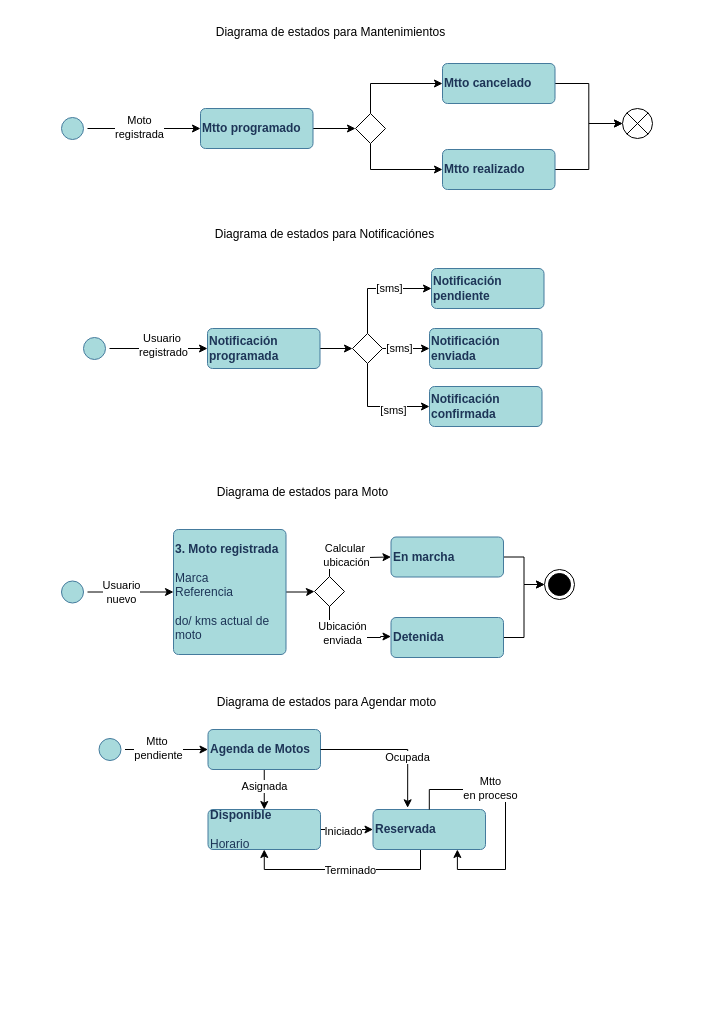
Earlier version of the draw.io diagram Diagrama de estados.drawio (david-med/archivos). Source tidied: cells renumbered, new cells numbered last; positions are measured from the earlier drawing's top-left corner, leaving out a move shared by most shapes. Both pictures are drawn from the tidied source at 100%, with x=0, y=0 at pixel (57, 17).
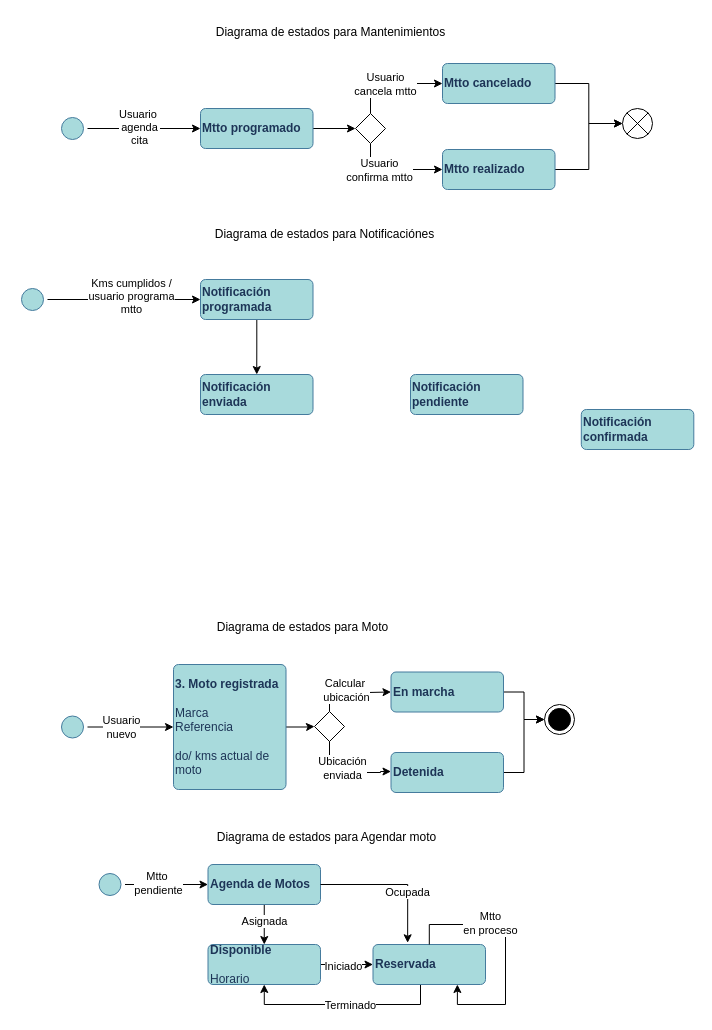
Above is the later version.

Unchanged cells that the change refers to:
```xml
<mxCell id="2" style="edgeStyle=orthogonalEdgeStyle;rounded=0;jettySize=auto;html=1;entryX=0;entryY=0.5;entryDx=0;entryDy=0;" parent="1" edge="1" source="4" target="12">
  <mxGeometry relative="1" as="geometry" />
</mxCell>
<mxCell id="32" style="edgeStyle=orthogonalEdgeStyle;rounded=0;jettySize=auto;html=1;entryX=0;entryY=0.5;entryDx=0;entryDy=0;" parent="1" edge="1" source="34" target="10">
  <mxGeometry relative="1" as="geometry">
    <Array as="points">
      <mxPoint x="313" y="66" />
    </Array>
  </mxGeometry>
</mxCell>
<mxCell id="33" style="edgeStyle=orthogonalEdgeStyle;rounded=0;jettySize=auto;html=1;entryX=0;entryY=0.5;entryDx=0;entryDy=0;" parent="1" edge="1" source="34" target="8">
  <mxGeometry relative="1" as="geometry">
    <Array as="points">
      <mxPoint x="313" y="152" />
    </Array>
  </mxGeometry>
</mxCell>
<mxCell id="36" style="edgeStyle=orthogonalEdgeStyle;rounded=0;jettySize=auto;html=1;entryX=0;entryY=0.5;entryDx=0;entryDy=0;" parent="1" edge="1" source="38" target="14">
  <mxGeometry relative="1" as="geometry" />
</mxCell>
```

The edit, as a diff of the source:
```diff
@@
-    <mxCell id="3" value="Moto&lt;br&gt;registrada" style="edgeLabel;html=1;align=center;verticalAlign=middle;" parent="2" vertex="1">
+    <mxCell id="3" value="Usuario&amp;nbsp;&lt;br&gt;agenda&lt;br&gt;cita" style="edgeLabel;html=1;align=center;verticalAlign=middle;" parent="2" vertex="1">
       <mxGeometry x="-0.09" y="2" relative="1" as="geometry" />
     </mxCell>
@@
     <mxCell id="6" value="&lt;b&gt;3. Moto registrada&lt;br&gt;&lt;/b&gt;&lt;br&gt;Marca&lt;br&gt;Referencia&lt;br&gt;&lt;br&gt;do/ kms actual de moto" style="html=1;align=left;verticalAlign=middle;rounded=1;absoluteArcSize=1;arcSize=10;dashed=0;whiteSpace=wrap;labelBackgroundColor=none;fillColor=#A8DADC;strokeColor=#457B9D;fontColor=#1D3557;" parent="1" vertex="1">
-      <mxGeometry x="116" y="512" width="112.5" height="125" as="geometry" />
+      <mxGeometry x="116" y="647" width="112.5" height="125" as="geometry" />
     </mxCell>
@@
-    <mxCell id="13" style="edgeStyle=orthogonalEdgeStyle;rounded=0;jettySize=auto;html=1;entryX=0;entryY=0.5;entryDx=0;entryDy=0;" parent="1" edge="1" source="14" target="45">
-      <mxGeometry relative="1" as="geometry" />
-    </mxCell>
+    <mxCell id="65" style="edgeStyle=orthogonalEdgeStyle;rounded=0;jettySize=auto;html=1;entryX=0.5;entryY=0;entryDx=0;entryDy=0;" parent="1" edge="1" source="14" target="16">
+      <mxGeometry relative="1" as="geometry" />
+    </mxCell>
     <mxCell id="14" value="&lt;b&gt;Notificación programada&lt;br&gt;&lt;/b&gt;" style="html=1;align=left;verticalAlign=middle;rounded=1;absoluteArcSize=1;arcSize=10;dashed=0;whiteSpace=wrap;labelBackgroundColor=none;fillColor=#A8DADC;strokeColor=#457B9D;fontColor=#1D3557;" parent="1" vertex="1">
-      <mxGeometry x="150" y="311" width="112.5" height="40" as="geometry" />
+      <mxGeometry x="143" y="262" width="112.5" height="40" as="geometry" />
     </mxCell>
     <mxCell id="15" value="&lt;b&gt;Notificación pendiente&lt;br&gt;&lt;/b&gt;" style="html=1;align=left;verticalAlign=middle;rounded=1;absoluteArcSize=1;arcSize=10;dashed=0;whiteSpace=wrap;labelBackgroundColor=none;fillColor=#A8DADC;strokeColor=#457B9D;fontColor=#1D3557;" parent="1" vertex="1">
-      <mxGeometry x="374" y="251" width="112.5" height="40" as="geometry" />
+      <mxGeometry x="353" y="357" width="112.5" height="40" as="geometry" />
     </mxCell>
     <mxCell id="16" value="&lt;b&gt;Notificación enviada&lt;br&gt;&lt;/b&gt;" style="html=1;align=left;verticalAlign=middle;rounded=1;absoluteArcSize=1;arcSize=10;dashed=0;whiteSpace=wrap;labelBackgroundColor=none;fillColor=#A8DADC;strokeColor=#457B9D;fontColor=#1D3557;" parent="1" vertex="1">
-      <mxGeometry x="372" y="311" width="112.5" height="40" as="geometry" />
+      <mxGeometry x="143" y="357" width="112.5" height="40" as="geometry" />
     </mxCell>
     <mxCell id="17" value="&lt;b&gt;Notificación confirmada&lt;br&gt;&lt;/b&gt;" style="html=1;align=left;verticalAlign=middle;rounded=1;absoluteArcSize=1;arcSize=10;dashed=0;whiteSpace=wrap;labelBackgroundColor=none;fillColor=#A8DADC;strokeColor=#457B9D;fontColor=#1D3557;" parent="1" vertex="1">
-      <mxGeometry x="372" y="369" width="112.5" height="40" as="geometry" />
+      <mxGeometry x="523.8" y="392" width="112.5" height="40" as="geometry" />
     </mxCell>
@@
     <mxCell id="20" value="&lt;b&gt;Agenda de Motos&lt;br&gt;&lt;/b&gt;" style="html=1;align=left;verticalAlign=middle;rounded=1;absoluteArcSize=1;arcSize=10;dashed=0;whiteSpace=wrap;labelBackgroundColor=none;fillColor=#A8DADC;strokeColor=#457B9D;fontColor=#1D3557;" parent="1" vertex="1">
-      <mxGeometry x="150.5" y="712" width="112.5" height="40" as="geometry" />
+      <mxGeometry x="150.5" y="847" width="112.5" height="40" as="geometry" />
     </mxCell>
     <mxCell id="21" style="edgeStyle=orthogonalEdgeStyle;rounded=0;jettySize=auto;html=1;entryX=0.5;entryY=1;entryDx=0;entryDy=0;" parent="1" edge="1" source="23" target="26">
       <mxGeometry relative="1" as="geometry">
         <Array as="points">
-          <mxPoint x="363" y="852" />
-          <mxPoint x="207" y="852" />
+          <mxPoint x="363" y="987" />
+          <mxPoint x="207" y="987" />
         </Array>
       </mxGeometry>
     </mxCell>
@@
     <mxCell id="23" value="&lt;b&gt;Reservada&lt;span style=&quot;white-space: pre;&quot;&gt;&#9;&lt;/span&gt;&lt;br&gt;&lt;/b&gt;" style="html=1;align=left;verticalAlign=middle;rounded=1;absoluteArcSize=1;arcSize=10;dashed=0;whiteSpace=wrap;labelBackgroundColor=none;fillColor=#A8DADC;strokeColor=#457B9D;fontColor=#1D3557;" parent="1" vertex="1">
-      <mxGeometry x="315.5" y="792" width="112.5" height="40" as="geometry" />
+      <mxGeometry x="315.5" y="927" width="112.5" height="40" as="geometry" />
     </mxCell>
@@
     <mxCell id="26" value="&lt;b&gt;Disponible&lt;/b&gt;&lt;br&gt;&lt;br&gt;Horario" style="html=1;align=left;verticalAlign=middle;rounded=1;absoluteArcSize=1;arcSize=10;dashed=0;whiteSpace=wrap;labelBackgroundColor=none;fillColor=#A8DADC;strokeColor=#457B9D;fontColor=#1D3557;" parent="1" vertex="1">
-      <mxGeometry x="150.5" y="792" width="112.5" height="40" as="geometry" />
+      <mxGeometry x="150.5" y="927" width="112.5" height="40" as="geometry" />
     </mxCell>
@@
     <mxCell id="28" value="&lt;b&gt;En marcha&lt;br&gt;&lt;/b&gt;" style="html=1;align=left;verticalAlign=middle;rounded=1;absoluteArcSize=1;arcSize=10;dashed=0;whiteSpace=wrap;labelBackgroundColor=none;fillColor=#A8DADC;strokeColor=#457B9D;fontColor=#1D3557;" parent="1" vertex="1">
-      <mxGeometry x="333.5" y="519.5" width="112.5" height="40" as="geometry" />
+      <mxGeometry x="333.5" y="654.5" width="112.5" height="40" as="geometry" />
     </mxCell>
@@
     <mxCell id="30" value="&lt;b&gt;Detenida&lt;br&gt;&lt;/b&gt;" style="html=1;align=left;verticalAlign=middle;rounded=1;absoluteArcSize=1;arcSize=10;dashed=0;whiteSpace=wrap;labelBackgroundColor=none;fillColor=#A8DADC;strokeColor=#457B9D;fontColor=#1D3557;" parent="1" vertex="1">
-      <mxGeometry x="333.5" y="600" width="112.5" height="40" as="geometry" />
+      <mxGeometry x="333.5" y="735" width="112.5" height="40" as="geometry" />
     </mxCell>
@@
+    <mxCell id="66" value="Usuario&lt;br&gt;cancela mtto" style="edgeLabel;html=1;align=center;verticalAlign=middle;" parent="32" vertex="1">
+      <mxGeometry x="-0.14" relative="1" as="geometry" />
+    </mxCell>
@@
+    <mxCell id="67" value="Usuario &lt;br&gt;confirma mtto" style="edgeLabel;html=1;align=center;verticalAlign=middle;" parent="33" vertex="1">
+      <mxGeometry x="-0.31" relative="1" as="geometry" />
+    </mxCell>
@@
-    <mxCell id="37" value="Usuario&amp;nbsp;&lt;br&gt;registrado" style="edgeLabel;html=1;align=center;verticalAlign=middle;" parent="36" vertex="1">
+    <mxCell id="37" value="Kms cumplidos /&lt;br&gt;usuario programa&lt;br&gt;mtto" style="edgeLabel;html=1;align=center;verticalAlign=middle;" parent="36" vertex="1">
       <mxGeometry x="0.09" y="4" relative="1" as="geometry" />
     </mxCell>
     <mxCell id="38" style="ellipse;html=1;shape=startState;fillColor=#A8DADC;strokeColor=#457B9D;labelBackgroundColor=none;fontColor=#1D3557;" parent="1" vertex="1">
-      <mxGeometry x="22" y="316" width="30" height="30" as="geometry" />
+      <mxGeometry x="-40" y="267" width="30" height="30" as="geometry" />
     </mxCell>
-    <mxCell id="39" style="edgeStyle=orthogonalEdgeStyle;rounded=0;jettySize=auto;html=1;exitX=0.5;exitY=0;exitDx=0;exitDy=0;entryX=0;entryY=0.5;entryDx=0;entryDy=0;" parent="1" edge="1" source="45" target="15">
-      <mxGeometry relative="1" as="geometry" />
-    </mxCell>
-    <mxCell id="40" value="[sms]" style="edgeLabel;html=1;align=center;verticalAlign=middle;" parent="39" vertex="1">
-      <mxGeometry x="0.21" y="1" relative="1" as="geometry" />
-    </mxCell>
-    <mxCell id="41" style="edgeStyle=orthogonalEdgeStyle;rounded=0;jettySize=auto;html=1;entryX=0;entryY=0.5;entryDx=0;entryDy=0;" parent="1" edge="1" source="45" target="16">
-      <mxGeometry relative="1" as="geometry" />
-    </mxCell>
-    <mxCell id="42" value="[sms]" style="edgeLabel;html=1;align=center;verticalAlign=middle;" parent="41" vertex="1">
-      <mxGeometry x="-0.33" y="1" relative="1" as="geometry" />
-    </mxCell>
-    <mxCell id="43" style="edgeStyle=orthogonalEdgeStyle;rounded=0;jettySize=auto;html=1;entryX=0;entryY=0.5;entryDx=0;entryDy=0;" parent="1" edge="1" source="45" target="17">
-      <mxGeometry relative="1" as="geometry">
-        <Array as="points">
-          <mxPoint x="310" y="389" />
-        </Array>
-      </mxGeometry>
-    </mxCell>
-    <mxCell id="44" value="[sms]" style="edgeLabel;html=1;align=center;verticalAlign=middle;" parent="43" vertex="1">
-      <mxGeometry x="0.29" y="-3" relative="1" as="geometry" />
-    </mxCell>
-    <mxCell id="45" style="rhombus;" parent="1" vertex="1">
-      <mxGeometry x="295" y="316" width="30" height="30" as="geometry" />
-    </mxCell>
@@
     <mxCell id="47" value="Diagrama de estados para Moto" style="text;html=1;align=center;verticalAlign=middle;strokeColor=none;fillColor=none;" parent="1" vertex="1">
-      <mxGeometry x="150" y="460" width="190" height="30" as="geometry" />
+      <mxGeometry x="150" y="595" width="190" height="30" as="geometry" />
     </mxCell>
@@
     <mxCell id="50" style="ellipse;html=1;shape=startState;fillColor=#A8DADC;strokeColor=#457B9D;labelBackgroundColor=none;fontColor=#1D3557;" parent="1" vertex="1">
-      <mxGeometry y="559.5" width="30" height="30" as="geometry" />
+      <mxGeometry y="694.5" width="30" height="30" as="geometry" />
     </mxCell>
     <mxCell id="51" style="edgeStyle=orthogonalEdgeStyle;rounded=0;jettySize=auto;html=1;entryX=0;entryY=0.5;entryDx=0;entryDy=0;" parent="1" edge="1" source="55" target="28">
       <mxGeometry relative="1" as="geometry">
         <Array as="points">
-          <mxPoint x="272" y="540" />
-          <mxPoint x="310" y="540" />
+          <mxPoint x="272" y="675" />
+          <mxPoint x="310" y="675" />
         </Array>
       </mxGeometry>
     </mxCell>
@@
     <mxCell id="53" style="edgeStyle=orthogonalEdgeStyle;rounded=0;orthogonalLoop=1;jettySize=auto;html=1;entryX=0;entryY=0.5;entryDx=0;entryDy=0;" parent="1" edge="1">
       <mxGeometry relative="1" as="geometry">
-        <mxPoint x="272" y="587" as="sourcePoint" />
-        <mxPoint x="333.5" y="619" as="targetPoint" />
+        <mxPoint x="272" y="722" as="sourcePoint" />
+        <mxPoint x="333.5" y="754" as="targetPoint" />
         <Array as="points">
-          <mxPoint x="272" y="620" />
-          <mxPoint x="323" y="620" />
-          <mxPoint x="323" y="619" />
+          <mxPoint x="272" y="755" />
+          <mxPoint x="323" y="755" />
+          <mxPoint x="323" y="754" />
         </Array>
       </mxGeometry>
     </mxCell>
@@
     <mxCell id="55" style="rhombus;" parent="1" vertex="1">
-      <mxGeometry x="257" y="559" width="30" height="30" as="geometry" />
+      <mxGeometry x="257" y="694" width="30" height="30" as="geometry" />
     </mxCell>
     <mxCell id="56" value="Diagrama de estados para Agendar moto" style="text;html=1;align=center;verticalAlign=middle;strokeColor=none;fillColor=none;" parent="1" vertex="1">
-      <mxGeometry x="149" y="670" width="240" height="30" as="geometry" />
+      <mxGeometry x="149" y="805" width="240" height="30" as="geometry" />
     </mxCell>
     <mxCell id="57" style="ellipse;html=1;shape=endState;fillColor=strokeColor;" parent="1" vertex="1">
-      <mxGeometry x="487" y="552" width="30" height="30" as="geometry" />
+      <mxGeometry x="487" y="687" width="30" height="30" as="geometry" />
     </mxCell>
@@
     <mxCell id="60" style="ellipse;html=1;shape=startState;fillColor=#A8DADC;strokeColor=#457B9D;labelBackgroundColor=none;fontColor=#1D3557;" parent="1" vertex="1">
-      <mxGeometry x="37.5" y="717" width="30" height="30" as="geometry" />
+      <mxGeometry x="37.5" y="852" width="30" height="30" as="geometry" />
     </mxCell>
```
